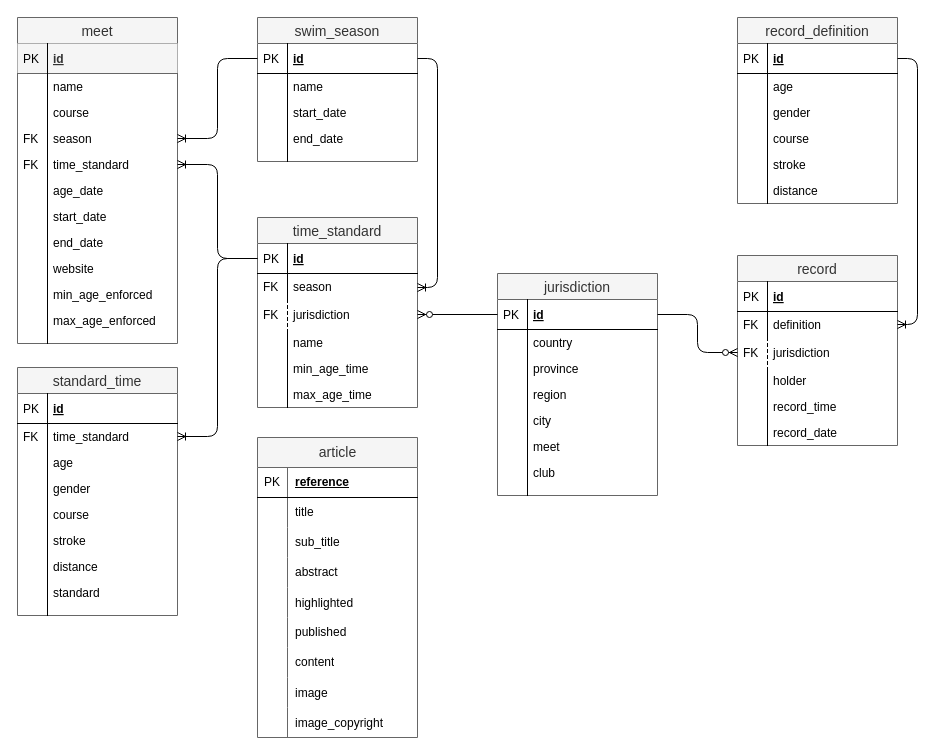
geekswimmers/geekswimmers keeps this draw.io diagram as docs/models.drawio. Above is the earlier version. Source tidied: cells renumbered, new cells numbered last; positions are measured from the earlier drawing's top-left corner, leaving out a move shared by most shapes. Both pictures are drawn from the tidied source at 100%, with x=0, y=0 at pixel (17, 17).
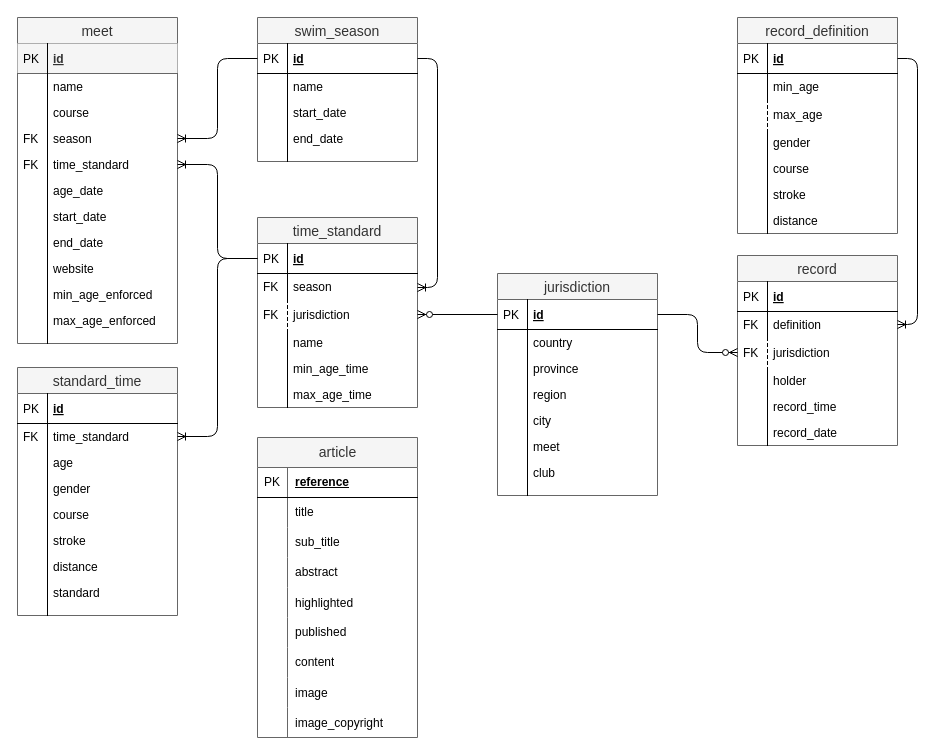
The same page after the edit.

Change to the diagram source:
```diff
@@
     <mxCell id="74" value="record_definition" style="swimlane;fontStyle=0;horizontal=1;startSize=26;fillColor=#f5f5f5;swimlaneFillColor=#ffffff;align=center;fontSize=14;fontColor=#333333;strokeColor=#666666;" parent="1" vertex="1">
-      <mxGeometry x="720" width="160" height="186" as="geometry" />
+      <mxGeometry x="720" width="160" height="216" as="geometry" />
     </mxCell>
@@
-    <mxCell id="77" value="age" style="shape=partialRectangle;top=0;left=0;right=0;bottom=0;align=left;verticalAlign=top;fillColor=none;spacingLeft=34;spacingRight=4;overflow=hidden;fontSize=12;" parent="74" vertex="1">
+    <mxCell id="77" value="min_age" style="shape=partialRectangle;top=0;left=0;right=0;bottom=0;align=left;verticalAlign=top;fillColor=none;spacingLeft=34;spacingRight=4;overflow=hidden;fontSize=12;" parent="74" vertex="1">
       <mxGeometry y="56" width="160" height="26" as="geometry" />
     </mxCell>
@@
+    <mxCell id="148" value="max_age" style="shape=partialRectangle;fillColor=none;align=left;verticalAlign=middle;strokeColor=none;spacingLeft=34;" parent="74" vertex="1">
+      <mxGeometry y="82" width="160" height="30" as="geometry" />
+    </mxCell>
+    <mxCell id="149" style="shape=partialRectangle;top=0;left=0;bottom=0;fillColor=none;stokeWidth=1;dashed=1;align=left;verticalAlign=middle;spacingLeft=4;spacingRight=4;overflow=hidden;" parent="148" vertex="1">
+      <mxGeometry width="30" height="30" as="geometry" />
+    </mxCell>
     <mxCell id="79" value="gender" style="shape=partialRectangle;top=0;left=0;right=0;bottom=0;align=left;verticalAlign=top;fillColor=none;spacingLeft=34;spacingRight=4;overflow=hidden;fontSize=12;" parent="74" vertex="1">
-      <mxGeometry y="82" width="160" height="26" as="geometry" />
+      <mxGeometry y="112" width="160" height="26" as="geometry" />
     </mxCell>
@@
     <mxCell id="81" value="course" style="shape=partialRectangle;top=0;left=0;right=0;bottom=0;align=left;verticalAlign=top;fillColor=none;spacingLeft=34;spacingRight=4;overflow=hidden;fontSize=12;" parent="74" vertex="1">
-      <mxGeometry y="108" width="160" height="26" as="geometry" />
+      <mxGeometry y="138" width="160" height="26" as="geometry" />
     </mxCell>
@@
     <mxCell id="83" value="stroke" style="shape=partialRectangle;top=0;left=0;right=0;bottom=0;align=left;verticalAlign=top;fillColor=none;spacingLeft=34;spacingRight=4;overflow=hidden;fontSize=12;" parent="74" vertex="1">
-      <mxGeometry y="134" width="160" height="26" as="geometry" />
+      <mxGeometry y="164" width="160" height="26" as="geometry" />
     </mxCell>
@@
     <mxCell id="85" value="distance" style="shape=partialRectangle;top=0;left=0;right=0;bottom=0;align=left;verticalAlign=top;fillColor=none;spacingLeft=34;spacingRight=4;overflow=hidden;fontSize=12;" parent="74" vertex="1">
-      <mxGeometry y="160" width="160" height="26" as="geometry" />
+      <mxGeometry y="190" width="160" height="26" as="geometry" />
     </mxCell>
```
